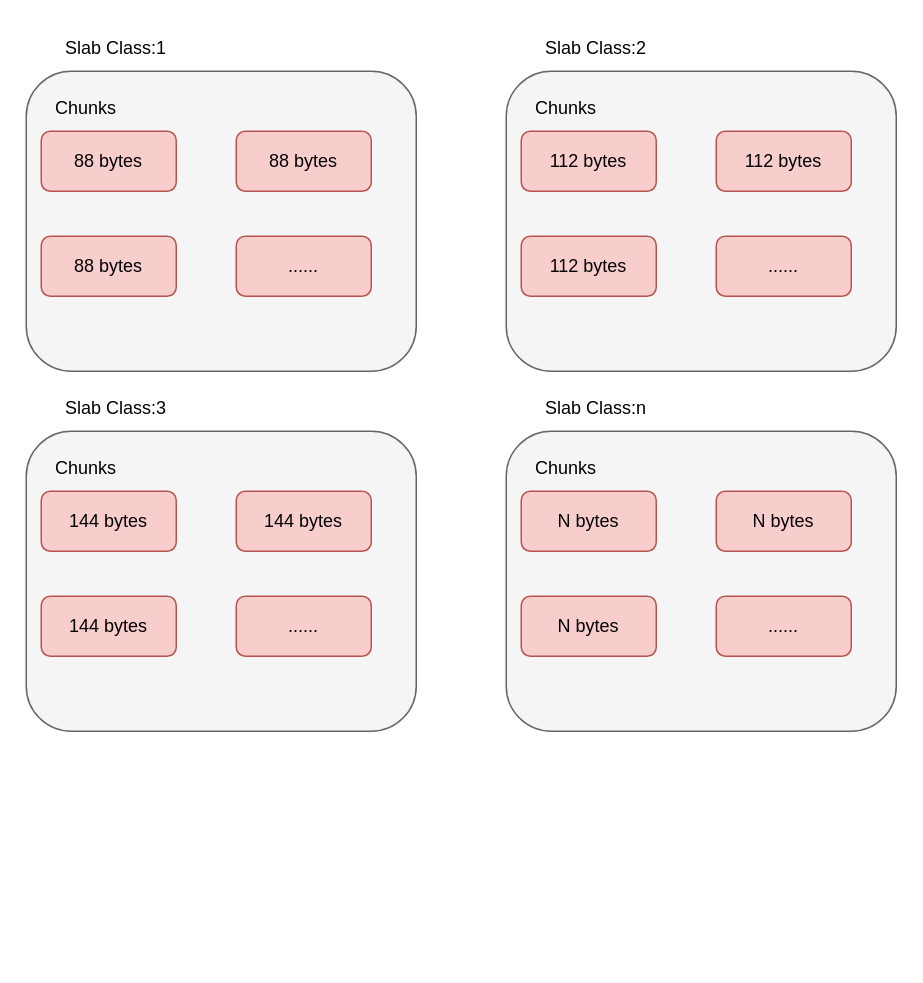
Before: distribute-cache/memcached.drawio in qin8948050/diagram, a draw.io diagram. Source tidied: cells renumbered, new cells numbered last; positions are measured from the earlier drawing's top-left corner, leaving out a move shared by most shapes. Both pictures are drawn from the tidied source at 150%, with x=0, y=0 at pixel (26, 26).
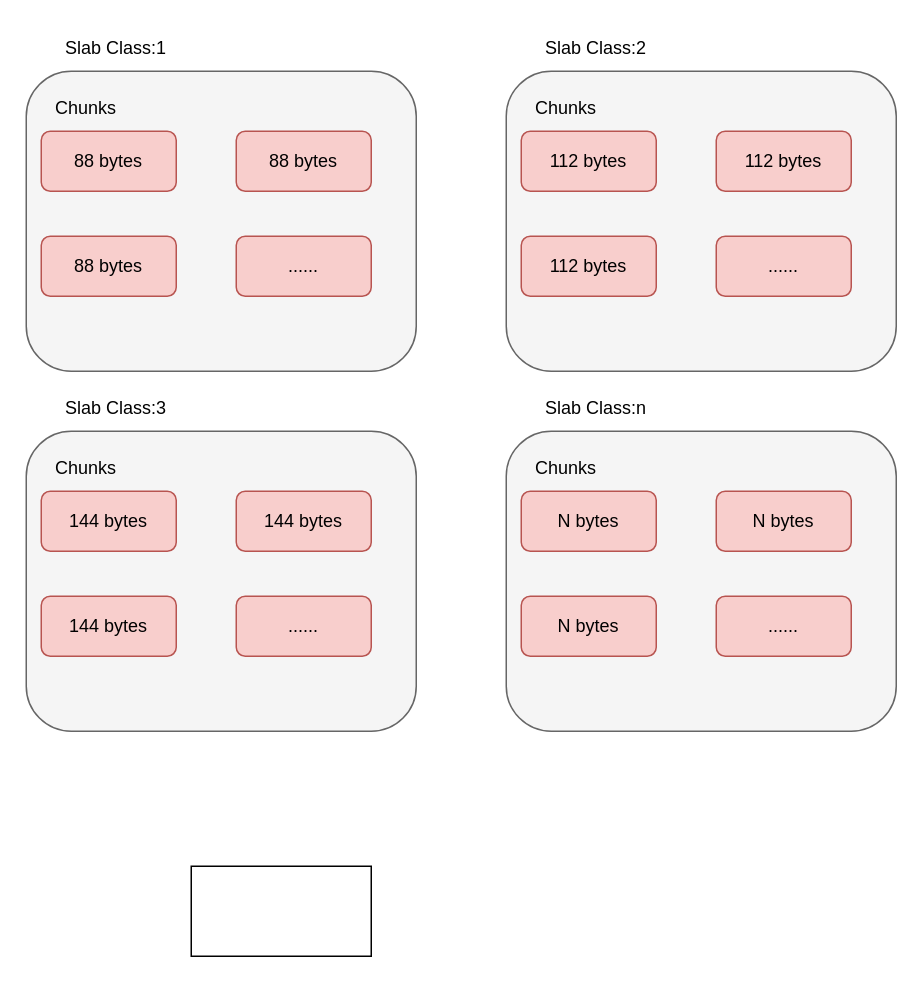
The same diagram, later.

Change to the diagram source:
```diff
@@
+    <mxCell id="30" style="rounded=0;whiteSpace=wrap;html=1;hachureGap=4;" parent="1" vertex="1">
+      <mxGeometry x="110" y="560" width="120" height="60" as="geometry" />
+    </mxCell>
```
